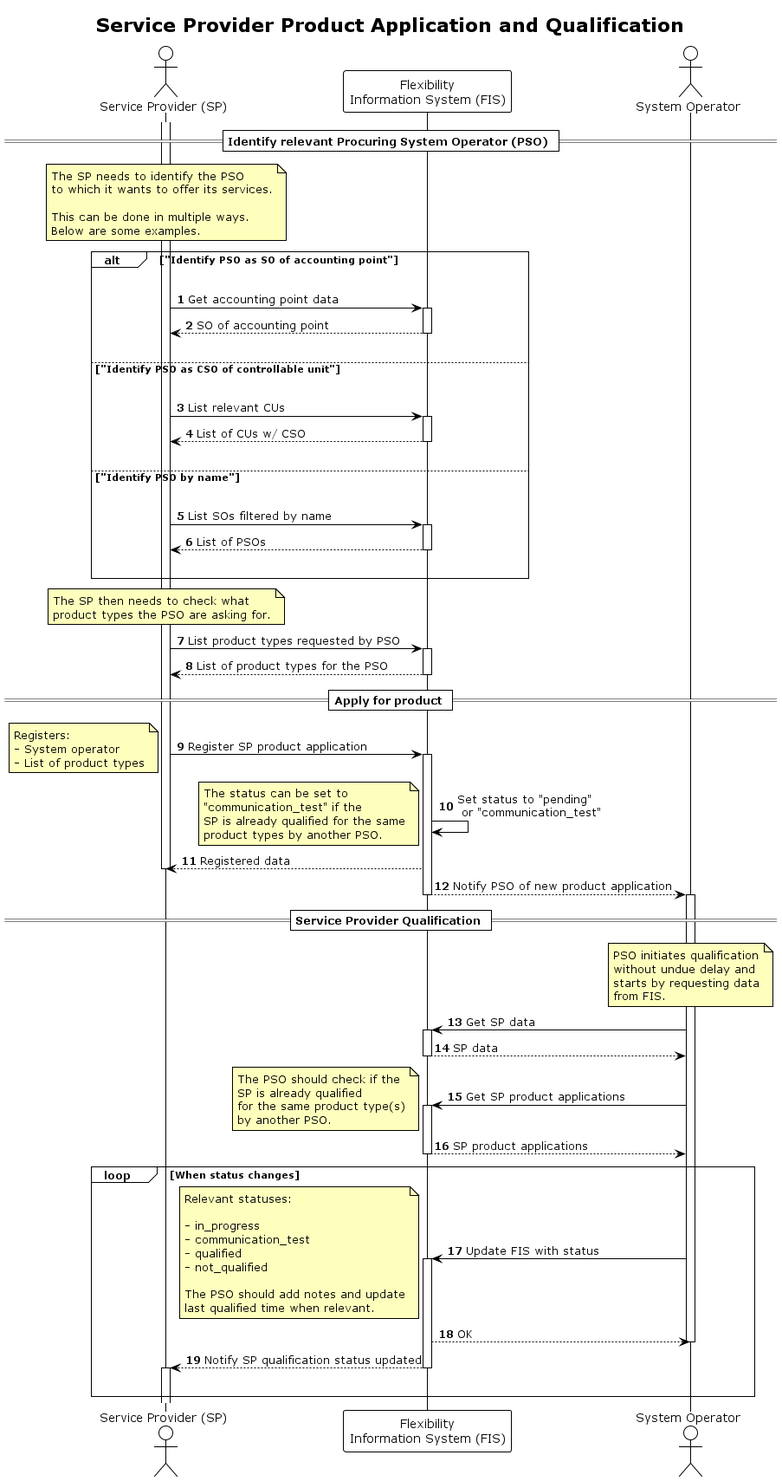
Earlier version of the PlantUML export docs/diagrams/service_provider_product_application.png (elhub/flex-information-system).
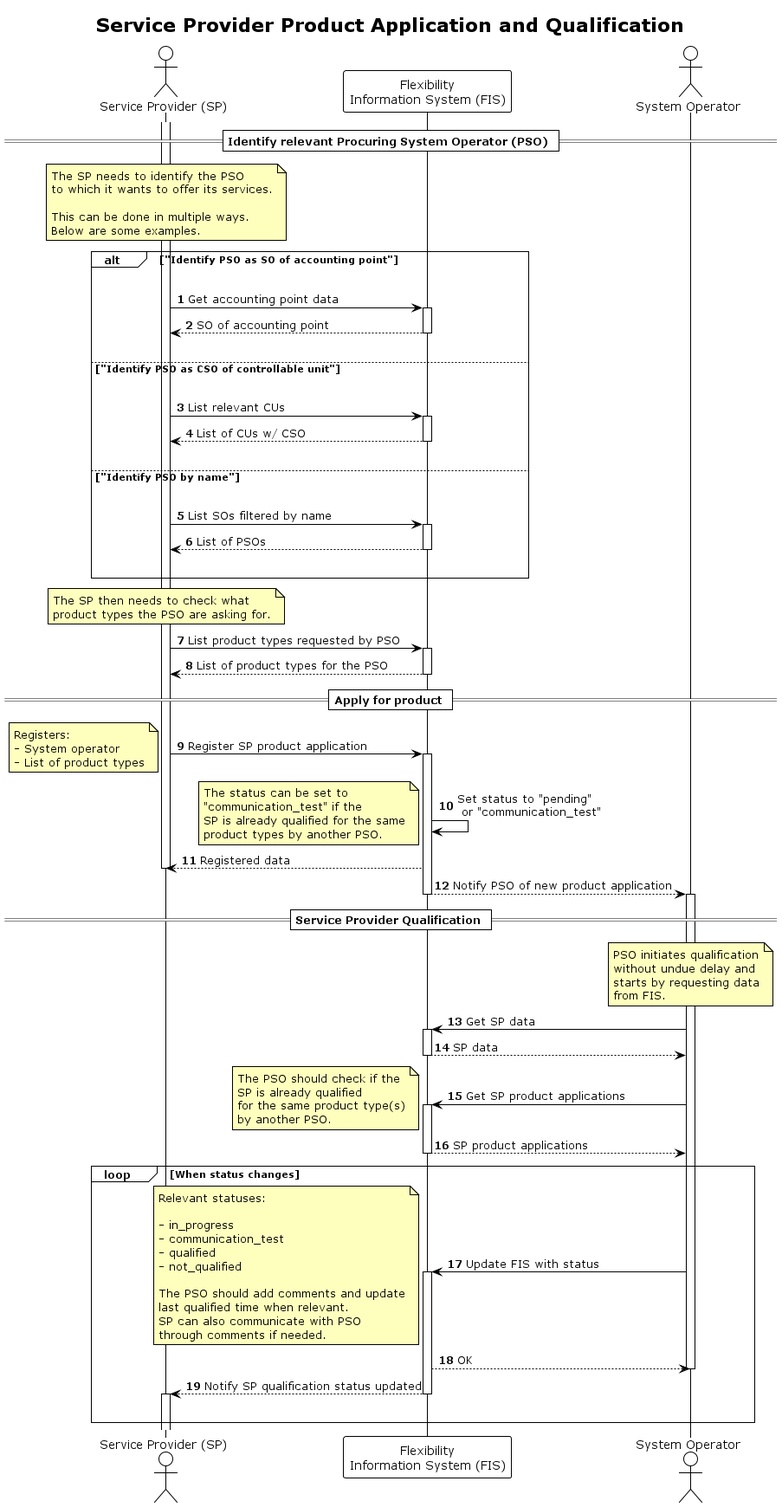
Above is the later version.

Commit message:
docs: update SP product application diagram

The edit, as a diff of the source:
```diff
@@ -117,8 +117,10 @@
         - qualified
         - not_qualified
 
-        The PSO should add notes and update
+        The PSO should add comments and update
         last qualified time when relevant.
+        SP can also communicate with PSO
+        through comments if needed.
     end note
     activate FIS
     FIS --> SO: OK
```
